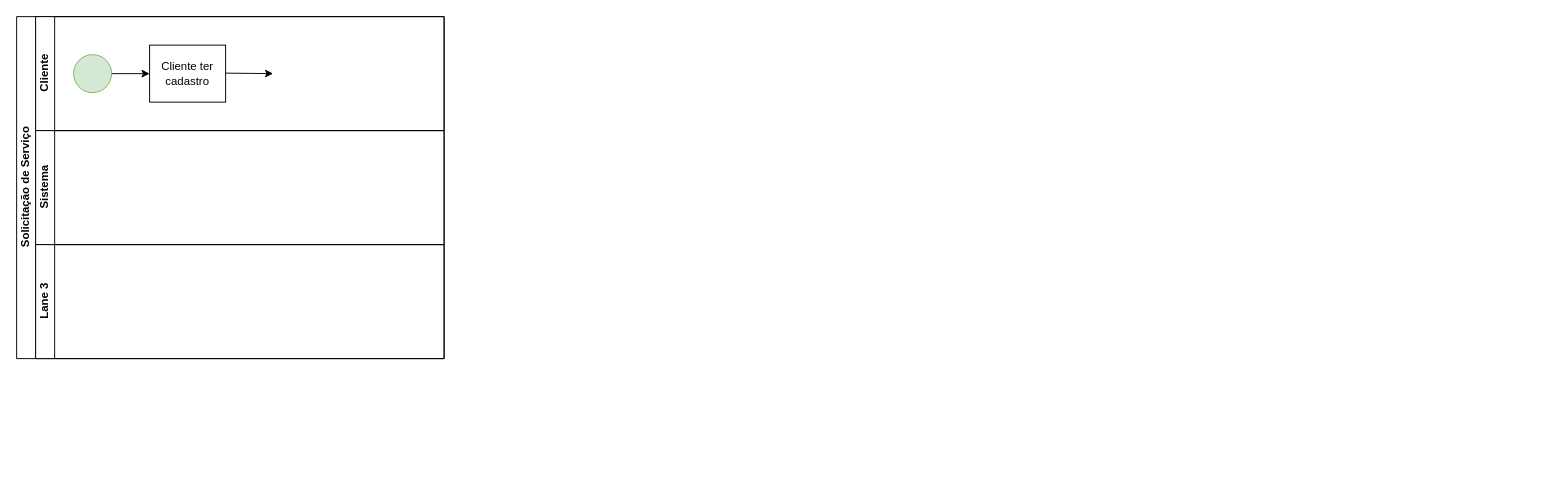
The draw.io diagram Diagrama sem nome.drawio in wholocked1/projeto_eng_software_041, before the edit. Source tidied: cells renumbered, new cells numbered last; positions are measured from the earlier drawing's top-left corner, leaving out a move shared by most shapes. Both pictures are drawn from the tidied source at 95%, with x=0, y=0 at pixel (16, 16).
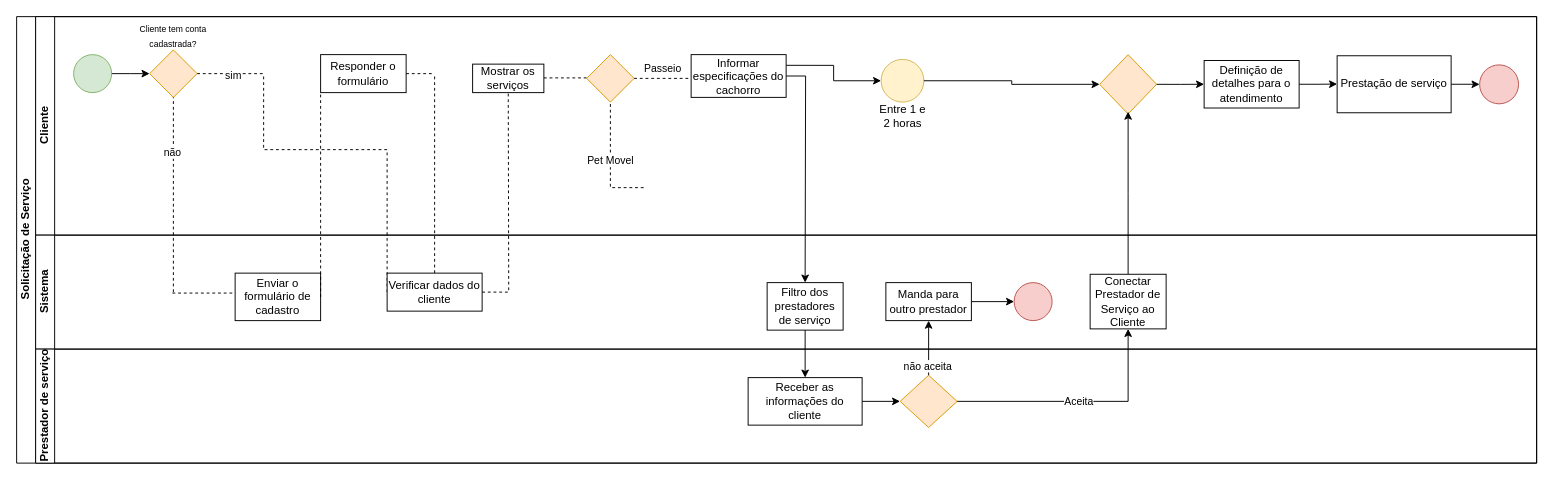
After the change.

Commit message:
atualização do serviço de passeio

Unchanged cells that the change refers to:
```xml
<mxCell id="5" style="ellipse;whiteSpace=wrap;html=1;fillColor=#d5e8d4;strokeColor=#82b366;" parent="3" vertex="1">
  <mxGeometry x="40" y="40" width="40" height="40" as="geometry" />
</mxCell>
```

What changed in the source:
```diff
@@
     <mxCell id="2" value="Solicitação de Serviço" style="swimlane;html=1;horizontal=0;startSize=20;" parent="1" vertex="1">
-      <mxGeometry width="450" height="360" as="geometry" />
+      <mxGeometry width="1600" height="470" as="geometry" />
     </mxCell>
     <mxCell id="3" value="Cliente" style="swimlane;html=1;startSize=20;horizontal=0;" parent="2" vertex="1">
-      <mxGeometry x="20" width="430" height="120" as="geometry" />
+      <mxGeometry x="20" width="1580" height="230" as="geometry" />
     </mxCell>
-    <mxCell id="4" style="edgeStyle=orthogonalEdgeStyle;rounded=0;jettySize=auto;html=1;" parent="3" edge="1" source="5" target="6">
-      <mxGeometry relative="1" as="geometry" />
+    <mxCell id="4" style="edgeStyle=orthogonalEdgeStyle;rounded=0;jettySize=auto;html=1;" parent="3" edge="1" source="5">
+      <mxGeometry relative="1" as="geometry">
+        <mxPoint x="120" y="60" as="targetPoint" />
+      </mxGeometry>
     </mxCell>
@@
-    <mxCell id="6" value="Cliente ter cadastro" style="rounded=0;whiteSpace=wrap;html=1;fontFamily=Helvetica;fontSize=12;fontColor=#000000;align=center;" parent="3" vertex="1">
-      <mxGeometry x="120" y="30" width="80" height="60" as="geometry" />
-    </mxCell>
-    <mxCell id="7" style="endArrow=classic;html=1;rounded=0;" parent="3" edge="1">
-      <mxGeometry relative="1" as="geometry">
-        <mxPoint x="200" y="59.5" as="sourcePoint" />
-        <mxPoint x="250" y="60" as="targetPoint" />
-      </mxGeometry>
-    </mxCell>
+    <mxCell id="10" style="rhombus;whiteSpace=wrap;html=1;fillColor=#ffe6cc;strokeColor=#d79b00;" parent="3" vertex="1">
+      <mxGeometry x="120" y="35" width="50" height="50" as="geometry" />
+    </mxCell>
+    <mxCell id="11" value="&lt;font style=&quot;font-size: 9px;&quot;&gt;Cliente tem conta cadastrada?&lt;/font&gt;" style="text;html=1;align=center;verticalAlign=middle;whiteSpace=wrap;rounded=0;" parent="3" vertex="1">
+      <mxGeometry x="90" y="5" width="110" height="30" as="geometry" />
+    </mxCell>
+    <mxCell id="12" style="endArrow=none;dashed=1;html=1;rounded=0;" parent="3" edge="1">
+      <mxGeometry relative="1" as="geometry">
+        <mxPoint x="170" y="60" as="sourcePoint" />
+        <mxPoint x="240" y="60" as="targetPoint" />
+      </mxGeometry>
+    </mxCell>
+    <mxCell id="13" value="sim" style="edgeLabel;html=1;align=center;verticalAlign=middle;" parent="12" vertex="1">
+      <mxGeometry x="0.05" y="-1" relative="1" as="geometry" />
+    </mxCell>
+    <mxCell id="14" value="Responder o formulário" style="rounded=0;whiteSpace=wrap;html=1;" parent="3" vertex="1">
+      <mxGeometry x="300" y="40" width="90" height="40" as="geometry" />
+    </mxCell>
+    <mxCell id="15" style="endArrow=none;dashed=1;html=1;rounded=0;" parent="3" edge="1">
+      <mxGeometry relative="1" as="geometry">
+        <mxPoint x="390" y="60" as="sourcePoint" />
+        <mxPoint x="420" y="60" as="targetPoint" />
+      </mxGeometry>
+    </mxCell>
+    <mxCell id="16" style="endArrow=none;dashed=1;html=1;rounded=0;exitX=0;exitY=0.5;exitDx=0;exitDy=0;" parent="3" edge="1" source="42">
+      <mxGeometry relative="1" as="geometry">
+        <mxPoint x="240" y="60" as="targetPoint" />
+        <Array as="points">
+          <mxPoint x="370" y="140" />
+          <mxPoint x="240" y="140" />
+        </Array>
+      </mxGeometry>
+    </mxCell>
+    <mxCell id="17" value="Mostrar os serviços" style="rounded=0;whiteSpace=wrap;html=1;" parent="3" vertex="1">
+      <mxGeometry x="460" y="50" width="75" height="30" as="geometry" />
+    </mxCell>
+    <mxCell id="18" style="endArrow=none;dashed=1;html=1;rounded=0;" parent="3" edge="1">
+      <mxGeometry relative="1" as="geometry">
+        <mxPoint x="535" y="64.5" as="sourcePoint" />
+        <mxPoint x="580" y="64.5" as="targetPoint" />
+      </mxGeometry>
+    </mxCell>
+    <mxCell id="19" style="rhombus;whiteSpace=wrap;html=1;fillColor=#ffe6cc;strokeColor=#d79b00;" parent="3" vertex="1">
+      <mxGeometry x="580" y="40" width="50" height="50" as="geometry" />
+    </mxCell>
+    <mxCell id="20" style="endArrow=none;dashed=1;html=1;rounded=0;entryX=0.5;entryY=1;entryDx=0;entryDy=0;" parent="3" edge="1" target="19">
+      <mxGeometry relative="1" as="geometry">
+        <mxPoint x="640" y="180" as="sourcePoint" />
+        <Array as="points">
+          <mxPoint x="605" y="180" />
+        </Array>
+      </mxGeometry>
+    </mxCell>
+    <mxCell id="21" value="Pet Movel" style="edgeLabel;html=1;align=center;verticalAlign=middle;" parent="20" vertex="1">
+      <mxGeometry x="0.03" y="1" relative="1" as="geometry" />
+    </mxCell>
+    <mxCell id="22" style="endArrow=none;dashed=1;html=1;rounded=0;exitX=1;exitY=0.5;exitDx=0;exitDy=0;" parent="3" edge="1" source="19">
+      <mxGeometry relative="1" as="geometry">
+        <mxPoint x="690" y="65" as="targetPoint" />
+      </mxGeometry>
+    </mxCell>
+    <mxCell id="23" value="Passeio" style="edgeLabel;html=1;align=center;verticalAlign=middle;" parent="22" vertex="1">
+      <mxGeometry x="0.4" relative="1" as="geometry">
+        <mxPoint x="-13" y="-11" as="offset" />
+      </mxGeometry>
+    </mxCell>
+    <mxCell id="24" style="edgeStyle=orthogonalEdgeStyle;rounded=0;jettySize=auto;html=1;exitX=1;exitY=0.5;exitDx=0;exitDy=0;" parent="3" edge="1" source="26">
+      <mxGeometry relative="1" as="geometry">
+        <mxPoint x="810" y="280" as="targetPoint" />
+      </mxGeometry>
+    </mxCell>
+    <mxCell id="25" style="edgeStyle=orthogonalEdgeStyle;rounded=0;jettySize=auto;html=1;exitX=1;exitY=0.25;exitDx=0;exitDy=0;entryX=0;entryY=0.5;entryDx=0;entryDy=0;" parent="3" edge="1" source="26" target="27">
+      <mxGeometry relative="1" as="geometry" />
+    </mxCell>
+    <mxCell id="26" value="Informar especificações do cachorro" style="rounded=0;whiteSpace=wrap;html=1;" parent="3" vertex="1">
+      <mxGeometry x="690" y="40" width="100" height="45" as="geometry" />
+    </mxCell>
+    <mxCell id="27" style="ellipse;whiteSpace=wrap;html=1;fillColor=#fff2cc;strokeColor=#d6b656;" parent="3" vertex="1">
+      <mxGeometry x="890" y="45" width="45" height="45" as="geometry" />
+    </mxCell>
+    <mxCell id="28" value="Entre 1 e 2 horas" style="text;html=1;align=center;verticalAlign=middle;whiteSpace=wrap;rounded=0;" parent="3" vertex="1">
+      <mxGeometry x="882.5" y="90" width="60" height="30" as="geometry" />
+    </mxCell>
+    <mxCell id="29" style="edgeStyle=orthogonalEdgeStyle;rounded=0;jettySize=auto;html=1;exitX=1;exitY=0.5;exitDx=0;exitDy=0;entryX=0;entryY=0.5;entryDx=0;entryDy=0;" parent="3" edge="1" source="27" target="30">
+      <mxGeometry relative="1" as="geometry" />
+    </mxCell>
+    <mxCell id="30" style="rhombus;whiteSpace=wrap;html=1;fillColor=#ffe6cc;strokeColor=#d79b00;" parent="3" vertex="1">
+      <mxGeometry x="1120" y="40" width="60" height="62.5" as="geometry" />
+    </mxCell>
+    <mxCell id="31" value="Definição de detalhes para o atendimento" style="rounded=0;whiteSpace=wrap;html=1;" parent="3" vertex="1">
+      <mxGeometry x="1230" y="46.2" width="100" height="50" as="geometry" />
+    </mxCell>
+    <mxCell id="32" style="edgeStyle=orthogonalEdgeStyle;rounded=0;jettySize=auto;html=1;exitX=1;exitY=0.5;exitDx=0;exitDy=0;" parent="3" edge="1" source="30" target="31">
+      <mxGeometry relative="1" as="geometry" />
+    </mxCell>
+    <mxCell id="33" style="edgeStyle=orthogonalEdgeStyle;rounded=0;jettySize=auto;html=1;exitX=1;exitY=0.5;exitDx=0;exitDy=0;" parent="3" edge="1" source="31">
+      <mxGeometry relative="1" as="geometry">
+        <mxPoint x="1370" y="71" as="targetPoint" />
+      </mxGeometry>
+    </mxCell>
+    <mxCell id="34" value="Prestação de serviço" style="rounded=0;whiteSpace=wrap;html=1;" parent="3" vertex="1">
+      <mxGeometry x="1370" y="41.2" width="120" height="60" as="geometry" />
+    </mxCell>
+    <mxCell id="35" style="ellipse;whiteSpace=wrap;html=1;fillColor=#f8cecc;strokeColor=#b85450;" parent="3" vertex="1">
+      <mxGeometry x="1520" y="50.8" width="41" height="41" as="geometry" />
+    </mxCell>
+    <mxCell id="36" style="edgeStyle=orthogonalEdgeStyle;rounded=0;jettySize=auto;html=1;exitX=1;exitY=0.5;exitDx=0;exitDy=0;" parent="3" edge="1" source="34" target="35">
+      <mxGeometry relative="1" as="geometry" />
+    </mxCell>
     <mxCell id="8" value="Sistema" style="swimlane;html=1;startSize=20;horizontal=0;" parent="2" vertex="1">
-      <mxGeometry x="20" y="120" width="430" height="120" as="geometry" />
+      <mxGeometry x="20" y="230" width="1580" height="120" as="geometry" />
     </mxCell>
+    <mxCell id="37" style="endArrow=none;dashed=1;html=1;rounded=0;entryX=0.5;entryY=1;entryDx=0;entryDy=0;" parent="8" edge="1" target="10">
+      <mxGeometry relative="1" as="geometry">
+        <mxPoint x="145" y="60" as="sourcePoint" />
+      </mxGeometry>
+    </mxCell>
+    <mxCell id="38" value="não" style="edgeLabel;html=1;align=center;verticalAlign=middle;" parent="37" vertex="1">
+      <mxGeometry x="0.44" y="2" relative="1" as="geometry" />
+    </mxCell>
+    <mxCell id="39" style="endArrow=none;dashed=1;html=1;rounded=0;" parent="8" edge="1">
+      <mxGeometry relative="1" as="geometry">
+        <mxPoint x="144" y="61" as="sourcePoint" />
+        <mxPoint x="214" y="61" as="targetPoint" />
+      </mxGeometry>
+    </mxCell>
+    <mxCell id="40" value="Enviar o formulário de cadastro" style="rounded=0;whiteSpace=wrap;html=1;" parent="8" vertex="1">
+      <mxGeometry x="210" y="40" width="90" height="50" as="geometry" />
+    </mxCell>
+    <mxCell id="41" style="endArrow=none;dashed=1;html=1;rounded=0;" parent="8" edge="1">
+      <mxGeometry relative="1" as="geometry">
+        <mxPoint x="420" y="40" as="sourcePoint" />
+        <mxPoint x="420" y="-170" as="targetPoint" />
+      </mxGeometry>
+    </mxCell>
+    <mxCell id="42" value="Verificar dados do cliente" style="rounded=0;whiteSpace=wrap;html=1;" parent="8" vertex="1">
+      <mxGeometry x="370" y="40" width="100" height="40" as="geometry" />
+    </mxCell>
+    <mxCell id="43" style="endArrow=none;dashed=1;html=1;rounded=0;entryX=0.5;entryY=1;entryDx=0;entryDy=0;" parent="8" edge="1" target="17">
+      <mxGeometry relative="1" as="geometry">
+        <mxPoint x="470" y="60" as="sourcePoint" />
+        <Array as="points">
+          <mxPoint x="498" y="60" />
+        </Array>
+      </mxGeometry>
+    </mxCell>
+    <mxCell id="44" value="Filtro dos prestadores de serviço" style="rounded=0;whiteSpace=wrap;html=1;" parent="8" vertex="1">
+      <mxGeometry x="770" y="50" width="80" height="50" as="geometry" />
+    </mxCell>
+    <mxCell id="45" value="Manda para outro prestador" style="rounded=0;whiteSpace=wrap;html=1;" parent="8" vertex="1">
+      <mxGeometry x="895" y="50" width="90" height="40" as="geometry" />
+    </mxCell>
+    <mxCell id="46" style="ellipse;whiteSpace=wrap;html=1;fillColor=#f8cecc;strokeColor=#b85450;" parent="8" vertex="1">
+      <mxGeometry x="1030" y="50" width="40" height="40" as="geometry" />
+    </mxCell>
+    <mxCell id="47" style="edgeStyle=orthogonalEdgeStyle;rounded=0;jettySize=auto;html=1;exitX=1;exitY=0.5;exitDx=0;exitDy=0;" parent="8" edge="1" source="45" target="46">
+      <mxGeometry relative="1" as="geometry" />
+    </mxCell>
+    <mxCell id="48" style="edgeStyle=orthogonalEdgeStyle;rounded=0;jettySize=auto;html=1;exitX=0.5;exitY=0;exitDx=0;exitDy=0;" parent="8" edge="1" source="49">
+      <mxGeometry relative="1" as="geometry">
+        <mxPoint x="1150" y="-130" as="targetPoint" />
+      </mxGeometry>
+    </mxCell>
+    <mxCell id="49" value="Conectar Prestador de Serviço ao Cliente" style="rounded=0;whiteSpace=wrap;html=1;" parent="8" vertex="1">
+      <mxGeometry x="1110" y="41.2" width="80" height="57.5" as="geometry" />
+    </mxCell>
-    <mxCell id="9" value="Lane 3" style="swimlane;html=1;startSize=20;horizontal=0;" parent="2" vertex="1">
-      <mxGeometry x="20" y="240" width="430" height="120" as="geometry" />
+    <mxCell id="9" value="Prestador de serviço" style="swimlane;html=1;startSize=20;horizontal=0;" parent="2" vertex="1">
+      <mxGeometry x="20" y="350" width="1580" height="120" as="geometry" />
     </mxCell>
+    <mxCell id="50" style="rhombus;whiteSpace=wrap;html=1;fillColor=#ffe6cc;strokeColor=#d79b00;" parent="9" vertex="1">
+      <mxGeometry x="910" y="27.5" width="60" height="55" as="geometry" />
+    </mxCell>
+    <mxCell id="51" style="endArrow=none;dashed=1;html=1;rounded=0;exitX=1;exitY=0.5;exitDx=0;exitDy=0;entryX=0;entryY=1;entryDx=0;entryDy=0;" parent="2" edge="1" source="40" target="14">
+      <mxGeometry relative="1" as="geometry" />
+    </mxCell>
+    <mxCell id="52" style="edgeStyle=orthogonalEdgeStyle;rounded=0;jettySize=auto;html=1;exitX=0.5;exitY=0;exitDx=0;exitDy=0;" parent="2" edge="1" source="50" target="45">
+      <mxGeometry relative="1" as="geometry" />
+    </mxCell>
+    <mxCell id="53" value="não aceita" style="edgeLabel;html=1;align=center;verticalAlign=middle;" parent="52" vertex="1">
+      <mxGeometry x="-0.64" y="2" relative="1" as="geometry" />
+    </mxCell>
+    <mxCell id="54" value="Aceita" style="edgeStyle=orthogonalEdgeStyle;rounded=0;jettySize=auto;html=1;exitX=1;exitY=0.5;exitDx=0;exitDy=0;entryX=0.5;entryY=1;entryDx=0;entryDy=0;" parent="2" edge="1" source="50" target="49">
+      <mxGeometry relative="1" as="geometry" />
+    </mxCell>
+    <mxCell id="55" style="edgeStyle=orthogonalEdgeStyle;rounded=0;jettySize=auto;html=1;exitX=1;exitY=0.5;exitDx=0;exitDy=0;entryX=0;entryY=0.5;entryDx=0;entryDy=0;" parent="1" edge="1" source="56" target="50">
+      <mxGeometry relative="1" as="geometry" />
+    </mxCell>
+    <mxCell id="56" value="Receber as informações do cliente" style="rounded=0;whiteSpace=wrap;html=1;" parent="1" vertex="1">
+      <mxGeometry x="770" y="380" width="120" height="50" as="geometry" />
+    </mxCell>
+    <mxCell id="57" style="edgeStyle=orthogonalEdgeStyle;rounded=0;jettySize=auto;html=1;exitX=0.5;exitY=1;exitDx=0;exitDy=0;" parent="1" edge="1" source="44" target="56">
+      <mxGeometry relative="1" as="geometry" />
+    </mxCell>
```
